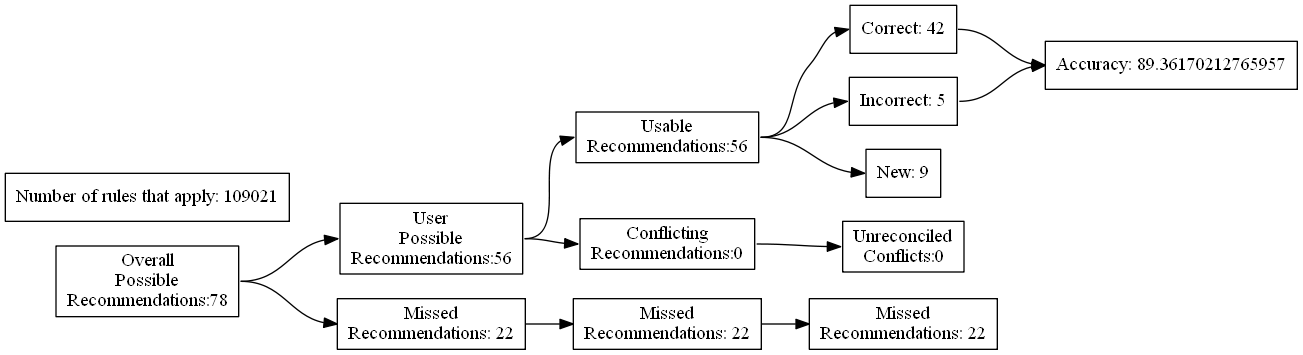
The Graphviz diagram test_renders/84.gv.png in ZaxR/ibd_diet_analysis, before a commit. Its source is kept beside it as test_renders/84.gv.
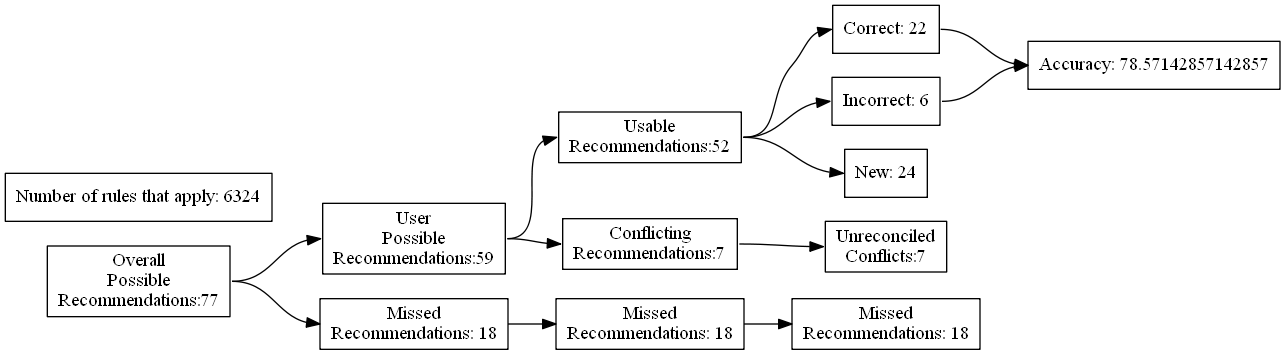
Above is the later version.

The edit, as a diff of the source:
```diff
@@ -4,27 +4,27 @@
 	edge [headport=w tailport=e]
 		A [label="Overall
 Possible
-Recommendations:78"]
+Recommendations:77"]
 		B [label="User
 Possible
-Recommendations:56"]
+Recommendations:59"]
 		C [label="Missed
-Recommendations: 22"]
+Recommendations: 18"]
 		D [label="Usable
-Recommendations:56"]
+Recommendations:52"]
 		E [label="Conflicting
-Recommendations:0"]
+Recommendations:7"]
 		J [label="Missed
-Recommendations: 22"]
+Recommendations: 18"]
 		M [label="Unreconciled
-Conflicts:0"]
-		F [label="Correct: 42"]
-		G [label="Incorrect: 5"]
-		H [label="New: 9"]
+Conflicts:7"]
+		F [label="Correct: 22"]
+		G [label="Incorrect: 6"]
+		H [label="New: 24"]
 		K [label="Missed
-Recommendations: 22"]
-		I [label="Accuracy: 89.36170212765957"]
-		l [label="Number of rules that apply: 109021"]
+Recommendations: 18"]
+		I [label="Accuracy: 78.57142857142857"]
+		l [label="Number of rules that apply: 6324"]
 			A -> B
 			A -> C
 			B -> D
```
